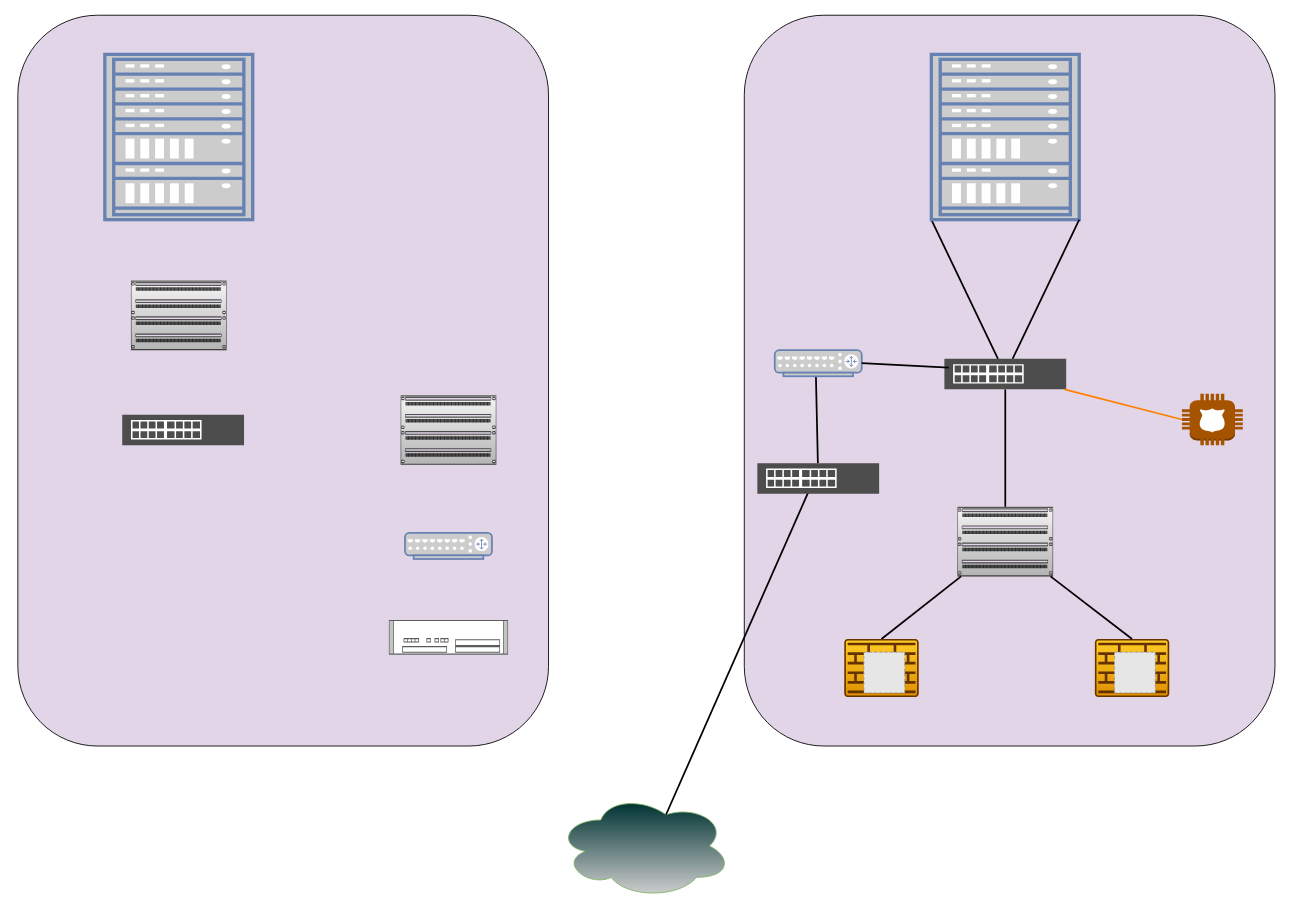
Earlier version of the draw.io diagram Başlıksız Diyagram.drawio (seozdemir/draw.io). Source tidied: cells renumbered, new cells numbered last; positions are measured from the earlier drawing's top-left corner, leaving out a move shared by most shapes. Both pictures are drawn from the tidied source at 87%, with x=0, y=0 at pixel (-83, 54). Pictures stored in the file or linked from it are replaced by grey dashed boxes.
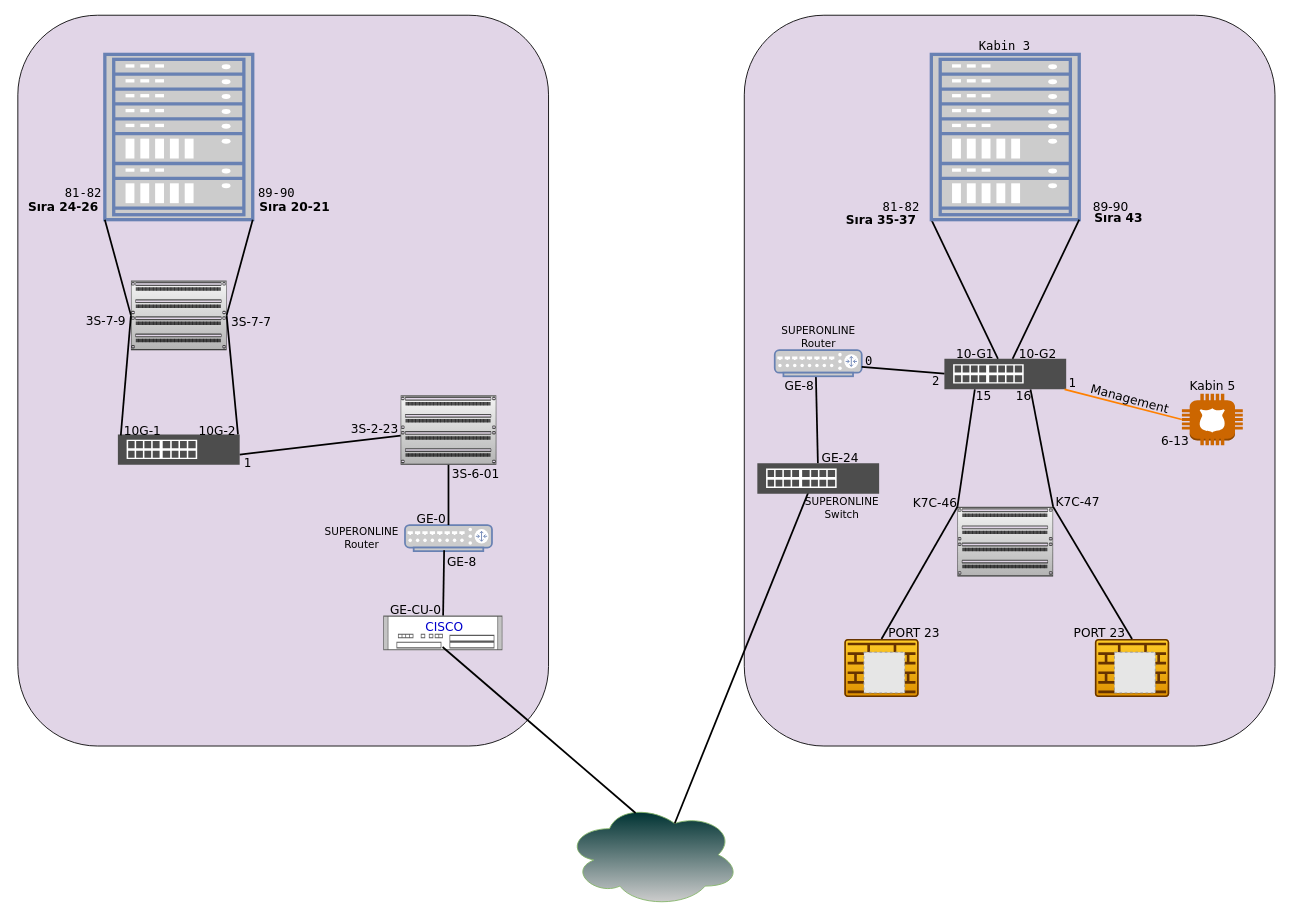
After the change.

Unchanged cells that the change refers to:
```xml
<mxCell id="4" style="strokeColor=#666666;html=1;labelPosition=right;align=left;spacingLeft=15;shadow=0;dashed=0;outlineConnect=0;shape=mxgraph.rack.general.cat5e_rack_mount_patch_panel_96_ports;fillColor=#f5f5f5;gradientColor=#b3b3b3;" parent="1" vertex="1">
  <mxGeometry x="1195" y="520" width="110" height="80" as="geometry" />
</mxCell>
<mxCell id="6" style="sketch=0;points=[[0.015,0.015,0],[0.985,0.015,0],[0.985,0.985,0],[0.015,0.985,0],[0.25,0,0],[0.5,0,0],[0.75,0,0],[1,0.25,0],[1,0.5,0],[1,0.75,0],[0.75,1,0],[0.5,1,0],[0.25,1,0],[0,0.75,0],[0,0.5,0],[0,0.25,0]];verticalLabelPosition=bottom;html=1;verticalAlign=top;align=center;shape=mxgraph.cisco19.rect;prIcon=firewall;fillColor=#ffcd28;strokeColor=#663300;gradientColor=#DE9000;" parent="5" vertex="1">
  <mxGeometry width="85.4" height="66.7" as="geometry" />
</mxCell>
<mxCell id="19" style="sketch=0;points=[[0.015,0.015,0],[0.985,0.015,0],[0.985,0.985,0],[0.015,0.985,0],[0.25,0,0],[0.5,0,0],[0.75,0,0],[1,0.25,0],[1,0.5,0],[1,0.75,0],[0.75,1,0],[0.5,1,0],[0.25,1,0],[0,0.75,0],[0,0.5,0],[0,0.25,0]];verticalLabelPosition=bottom;html=1;verticalAlign=top;align=center;shape=mxgraph.cisco19.rect;prIcon=firewall;fillColor=#ffcd28;strokeColor=#663300;gradientColor=#DE9000;" parent="18" vertex="1">
  <mxGeometry width="85.4" height="66.7" as="geometry" />
</mxCell>
<mxCell id="21" style="sketch=0;shadow=0;dashed=0;html=1;strokeColor=none;fillColor=#4D4D4D;labelPosition=center;verticalLabelPosition=bottom;verticalAlign=top;align=center;outlineConnect=0;shape=mxgraph.veeam2.physical_switch;strokeWidth=0;" parent="1" vertex="1">
  <mxGeometry x="1180" y="350" width="140" height="35" as="geometry" />
</mxCell>
<mxCell id="22" style="fontColor=#0066CC;verticalAlign=top;verticalLabelPosition=bottom;labelPosition=center;align=center;html=1;outlineConnect=0;fillColor=#CCCCCC;strokeColor=#6881B3;gradientColor=none;gradientDirection=north;strokeWidth=2;shape=mxgraph.networks.router;sketch=0;" parent="1" vertex="1">
  <mxGeometry x="985" y="340" width="100" height="30" as="geometry" />
</mxCell>
<mxCell id="26" style="fontColor=#0066CC;verticalAlign=top;verticalLabelPosition=bottom;labelPosition=center;align=center;html=1;outlineConnect=0;fillColor=#CCCCCC;strokeColor=#6881B3;gradientColor=none;gradientDirection=north;strokeWidth=2;shape=mxgraph.networks.rack;sketch=0;" parent="1" vertex="1">
  <mxGeometry x="215" width="170" height="190" as="geometry" />
</mxCell>
<mxCell id="27" style="strokeColor=#666666;html=1;labelPosition=right;align=left;spacingLeft=15;shadow=0;dashed=0;outlineConnect=0;shape=mxgraph.rack.general.cat5e_rack_mount_patch_panel_96_ports;fillColor=#f5f5f5;gradientColor=#b3b3b3;" parent="1" vertex="1">
  <mxGeometry x="245" y="260" width="110" height="80" as="geometry" />
</mxCell>
<mxCell id="28" style="strokeColor=#666666;html=1;labelPosition=right;align=left;spacingLeft=15;shadow=0;dashed=0;outlineConnect=0;shape=mxgraph.rack.general.cat5e_rack_mount_patch_panel_96_ports;fillColor=#f5f5f5;gradientColor=#b3b3b3;" parent="1" vertex="1">
  <mxGeometry x="555" y="391.8" width="110" height="80" as="geometry" />
</mxCell>
```

What changed in the source:
```diff
@@
-    <mxCell id="8" style="endArrow=none;html=1;rounded=0;entryX=0.5;entryY=0;entryDx=0;entryDy=0;entryPerimeter=0;strokeWidth=2;" parent="1" edge="1" source="4" target="19">
-      <mxGeometry relative="1" as="geometry" />
+    <mxCell id="8" style="endArrow=none;html=1;rounded=0;entryX=0.5;entryY=0;entryDx=0;entryDy=0;entryPerimeter=0;strokeWidth=2;" parent="1" edge="1" target="19">
+      <mxGeometry relative="1" as="geometry">
+        <mxPoint x="1195" y="520" as="sourcePoint" />
+      </mxGeometry>
     </mxCell>
-    <mxCell id="9" style="endArrow=none;html=1;rounded=0;entryX=0.5;entryY=0;entryDx=0;entryDy=0;entryPerimeter=0;strokeWidth=2;" parent="1" edge="1" source="4" target="6">
-      <mxGeometry relative="1" as="geometry" />
+    <mxCell id="9" style="endArrow=none;html=1;rounded=0;entryX=0.5;entryY=0;entryDx=0;entryDy=0;entryPerimeter=0;strokeWidth=2;" parent="1" edge="1" target="6">
+      <mxGeometry relative="1" as="geometry">
+        <mxPoint x="1305" y="520" as="sourcePoint" />
+      </mxGeometry>
     </mxCell>
-    <mxCell id="10" style="endArrow=none;html=1;rounded=0;strokeWidth=2;" parent="1" edge="1" source="21" target="4">
-      <mxGeometry relative="1" as="geometry" />
+    <mxCell id="10" style="endArrow=none;html=1;rounded=0;strokeWidth=2;" parent="1" edge="1">
+      <mxGeometry relative="1" as="geometry">
+        <mxPoint x="1279" y="385" as="sourcePoint" />
+        <mxPoint x="1305" y="520" as="targetPoint" />
+      </mxGeometry>
     </mxCell>
-    <mxCell id="11" style="outlineConnect=0;dashed=0;verticalLabelPosition=bottom;verticalAlign=top;align=center;html=1;shape=mxgraph.aws3.police_emergency;fillColor=#A65300;gradientColor=none;sketch=0;strokeColor=#82B366;" parent="1" vertex="1">
+    <mxCell id="11" style="outlineConnect=0;dashed=0;verticalLabelPosition=bottom;verticalAlign=top;align=center;html=1;shape=mxgraph.aws3.police_emergency;fillColor=#CC6600;gradientColor=none;sketch=0;strokeColor=#82B366;" parent="1" vertex="1">
       <mxGeometry x="1453" y="390" width="70" height="59.3" as="geometry" />
     </mxCell>
@@
     <mxCell id="13" style="ellipse;shape=cloud;whiteSpace=wrap;html=1;sketch=0;strokeColor=#82B366;fillColor=#003333;gradientColor=#CCCCCC;" parent="1" vertex="1">
-      <mxGeometry x="735" y="850" width="200" height="120" as="geometry" />
+      <mxGeometry x="745" y="860" width="200" height="120" as="geometry" />
     </mxCell>
@@
-    <mxCell id="25" style="endArrow=none;html=1;rounded=0;strokeWidth=2;entryX=1;entryY=0.5;entryDx=0;entryDy=0;entryPerimeter=0;" parent="1" edge="1" target="22">
+    <mxCell id="25" style="endArrow=none;html=1;rounded=0;strokeWidth=2;" parent="1" edge="1" target="22">
       <mxGeometry relative="1" as="geometry">
-        <mxPoint x="1185" y="360" as="sourcePoint" />
+        <mxPoint x="1180" y="367" as="sourcePoint" />
       </mxGeometry>
     </mxCell>
@@
     <mxCell id="29" style="sketch=0;shadow=0;dashed=0;html=1;strokeColor=none;fillColor=#4D4D4D;labelPosition=center;verticalLabelPosition=bottom;verticalAlign=top;align=center;outlineConnect=0;shape=mxgraph.veeam2.physical_switch;strokeWidth=0;" parent="1" vertex="1">
-      <mxGeometry x="235" y="414.3" width="140" height="35" as="geometry" />
+      <mxGeometry x="230" y="436.8" width="140" height="35" as="geometry" />
     </mxCell>
     <mxCell id="30" style="fontColor=#0066CC;verticalAlign=top;verticalLabelPosition=bottom;labelPosition=center;align=center;html=1;outlineConnect=0;fillColor=#CCCCCC;strokeColor=#6881B3;gradientColor=none;gradientDirection=north;strokeWidth=2;shape=mxgraph.networks.router;sketch=0;" parent="1" vertex="1">
-      <mxGeometry x="560" y="550" width="100" height="30" as="geometry" />
+      <mxGeometry x="560" y="541" width="100" height="30" as="geometry" />
     </mxCell>
     <mxCell id="31" style="shape=mxgraph.rack.cisco.cisco_asr_1002_router;html=1;labelPosition=right;align=left;spacingLeft=15;dashed=0;shadow=0;fillColor=#ffffff;" parent="1" vertex="1">
-      <mxGeometry x="541.5" y="650" width="137" height="40" as="geometry" />
+      <mxGeometry x="535" y="645" width="137" height="40" as="geometry" />
     </mxCell>
+    <mxCell id="32" value="&lt;font face=&quot;Lucida Console&quot; style=&quot;font-size: 14px;&quot;&gt;81-82&lt;/font&gt;" style="text;html=1;align=center;verticalAlign=middle;strokeColor=none;fillColor=none;" parent="1" vertex="1">
+      <mxGeometry x="1095" y="160" width="70" height="30" as="geometry" />
+    </mxCell>
+    <mxCell id="33" value="&lt;font face=&quot;Verdana&quot; style=&quot;font-size: 14px;&quot;&gt;89-90&lt;/font&gt;" style="text;html=1;align=center;verticalAlign=middle;strokeColor=none;fillColor=none;" parent="1" vertex="1">
+      <mxGeometry x="1336" y="160" width="70" height="30" as="geometry" />
+    </mxCell>
+    <mxCell id="34" value="&lt;font face=&quot;Verdana&quot; style=&quot;font-size: 14px;&quot;&gt;GE-8&lt;/font&gt;" style="text;html=1;align=center;verticalAlign=middle;strokeColor=none;fillColor=none;" parent="1" vertex="1">
+      <mxGeometry x="983" y="366" width="60" height="30" as="geometry" />
+    </mxCell>
+    <mxCell id="35" value="&lt;font face=&quot;Lucida Console&quot; style=&quot;font-size: 14px;&quot;&gt;0&lt;/font&gt;" style="text;html=1;align=center;verticalAlign=middle;strokeColor=none;fillColor=none;" parent="1" vertex="1">
+      <mxGeometry x="1078" y="338" width="30" height="30" as="geometry" />
+    </mxCell>
+    <mxCell id="36" value="&lt;font face=&quot;Verdana&quot; style=&quot;font-size: 14px;&quot;&gt;10-G1&lt;/font&gt;" style="text;html=1;align=center;verticalAlign=middle;strokeColor=none;fillColor=none;" parent="1" vertex="1">
+      <mxGeometry x="1180" y="330" width="70" height="30" as="geometry" />
+    </mxCell>
+    <mxCell id="37" value="&lt;font face=&quot;Verdana&quot; style=&quot;font-size: 14px;&quot;&gt;GE-24&lt;/font&gt;" style="text;html=1;align=center;verticalAlign=middle;strokeColor=none;fillColor=none;" parent="1" vertex="1">
+      <mxGeometry x="1025" y="449.3" width="70" height="30" as="geometry" />
+    </mxCell>
+    <mxCell id="38" value="&lt;font face=&quot;Verdana&quot; style=&quot;font-size: 14px;&quot;&gt;K7C-47&lt;/font&gt;" style="text;html=1;align=center;verticalAlign=middle;strokeColor=none;fillColor=none;" parent="1" vertex="1">
+      <mxGeometry x="1293" y="500" width="80" height="30" as="geometry" />
+    </mxCell>
+    <mxCell id="39" value="&lt;font face=&quot;Verdana&quot; style=&quot;font-size: 14px;&quot;&gt;15&lt;/font&gt;" style="text;html=1;align=center;verticalAlign=middle;strokeColor=none;fillColor=none;" parent="1" vertex="1">
+      <mxGeometry x="1205" y="378" width="40" height="30" as="geometry" />
+    </mxCell>
+    <mxCell id="40" value="&lt;font face=&quot;Lucida Console&quot;&gt;&lt;span style=&quot;font-size: 14px;&quot;&gt;1&lt;/span&gt;&lt;/font&gt;" style="text;html=1;align=center;verticalAlign=middle;strokeColor=none;fillColor=none;" parent="1" vertex="1">
+      <mxGeometry x="1312" y="363" width="30" height="30" as="geometry" />
+    </mxCell>
+    <mxCell id="41" value="&lt;font face=&quot;Verdana&quot; style=&quot;font-size: 14px;&quot;&gt;6-13&lt;/font&gt;" style="text;html=1;align=center;verticalAlign=middle;strokeColor=none;fillColor=none;" parent="1" vertex="1">
+      <mxGeometry x="1415" y="430" width="60" height="30" as="geometry" />
+    </mxCell>
+    <mxCell id="42" value="&lt;font face=&quot;Verdana&quot; style=&quot;font-size: 14px;&quot;&gt;PORT 23&lt;/font&gt;" style="text;html=1;align=center;verticalAlign=middle;strokeColor=none;fillColor=none;" parent="1" vertex="1">
+      <mxGeometry x="1105" y="650" width="80" height="30" as="geometry" />
+    </mxCell>
+    <mxCell id="43" value="&lt;font face=&quot;Verdana&quot; style=&quot;font-size: 14px;&quot;&gt;PORT 23&lt;/font&gt;" style="text;html=1;align=center;verticalAlign=middle;strokeColor=none;fillColor=none;" parent="1" vertex="1">
+      <mxGeometry x="1318" y="650" width="80" height="30" as="geometry" />
+    </mxCell>
+    <mxCell id="44" value="&lt;font face=&quot;Verdana&quot; style=&quot;font-size: 14px;&quot;&gt;&lt;b style=&quot;&quot;&gt;Sıra 35-37&lt;/b&gt;&lt;/font&gt;" style="text;html=1;align=center;verticalAlign=middle;strokeColor=none;fillColor=none;" parent="1" vertex="1">
+      <mxGeometry x="1052" y="175" width="110" height="30" as="geometry" />
+    </mxCell>
+    <mxCell id="45" value="&lt;font face=&quot;Verdana&quot; style=&quot;font-size: 14px;&quot;&gt;&lt;b style=&quot;&quot;&gt;Sıra 43&lt;/b&gt;&lt;/font&gt;" style="text;html=1;align=center;verticalAlign=middle;strokeColor=none;fillColor=none;" parent="1" vertex="1">
+      <mxGeometry x="1340" y="173" width="80" height="30" as="geometry" />
+    </mxCell>
+    <mxCell id="46" value="&lt;font face=&quot;Verdana&quot; style=&quot;font-size: 14px;&quot;&gt;10-G2&lt;/font&gt;" style="text;html=1;align=center;verticalAlign=middle;strokeColor=none;fillColor=none;" parent="1" vertex="1">
+      <mxGeometry x="1252" y="329.8" width="70" height="30" as="geometry" />
+    </mxCell>
+    <mxCell id="47" value="&lt;font face=&quot;Verdana&quot; style=&quot;font-size: 14px;&quot;&gt;Kabin 5&lt;/font&gt;" style="text;html=1;align=center;verticalAlign=middle;strokeColor=none;fillColor=none;" parent="1" vertex="1">
+      <mxGeometry x="1448" y="366" width="80" height="30" as="geometry" />
+    </mxCell>
+    <mxCell id="48" value="&lt;font face=&quot;Lucida Console&quot; style=&quot;font-size: 14px;&quot;&gt;Kabin 3&lt;/font&gt;" style="text;html=1;align=center;verticalAlign=middle;strokeColor=none;fillColor=none;" parent="1" vertex="1">
+      <mxGeometry x="1209" y="-24" width="80" height="30" as="geometry" />
+    </mxCell>
+    <mxCell id="49" value="&lt;font face=&quot;Verdana&quot; style=&quot;font-size: 14px;&quot;&gt;Management&lt;/font&gt;" style="text;html=1;align=center;verticalAlign=middle;strokeColor=none;fillColor=none;rotation=15;" parent="1" vertex="1">
+      <mxGeometry x="1338" y="381" width="110" height="30" as="geometry" />
+    </mxCell>
+    <mxCell id="50" style="endArrow=none;html=1;rounded=0;strokeWidth=2;" parent="1" edge="1">
+      <mxGeometry relative="1" as="geometry">
+        <mxPoint x="1215" y="385" as="sourcePoint" />
+        <mxPoint x="1195" y="520" as="targetPoint" />
+      </mxGeometry>
+    </mxCell>
+    <mxCell id="51" value="&lt;font face=&quot;Verdana&quot; style=&quot;font-size: 14px;&quot;&gt;16&lt;/font&gt;" style="text;html=1;align=center;verticalAlign=middle;strokeColor=none;fillColor=none;" parent="1" vertex="1">
+      <mxGeometry x="1251" y="378" width="40" height="30" as="geometry" />
+    </mxCell>
+    <mxCell id="52" value="&lt;font face=&quot;Verdana&quot; style=&quot;font-size: 14px;&quot;&gt;K7C-46&lt;/font&gt;" style="text;html=1;align=center;verticalAlign=middle;strokeColor=none;fillColor=none;" parent="1" vertex="1">
+      <mxGeometry x="1129" y="501" width="80" height="30" as="geometry" />
+    </mxCell>
+    <mxCell id="53" value="&lt;font face=&quot;Lucida Console&quot; style=&quot;font-size: 14px;&quot;&gt;2&lt;br&gt;&lt;/font&gt;" style="text;html=1;align=center;verticalAlign=middle;strokeColor=none;fillColor=none;" parent="1" vertex="1">
+      <mxGeometry x="1155" y="360" width="30" height="30" as="geometry" />
+    </mxCell>
+    <mxCell id="54" value="&lt;font face=&quot;Verdana&quot; style=&quot;font-size: 12px;&quot;&gt;SUPERONLINE&lt;br&gt;Router&lt;/font&gt;" style="text;html=1;align=center;verticalAlign=middle;strokeColor=none;fillColor=none;" parent="1" vertex="1">
+      <mxGeometry x="980" y="305" width="110" height="40" as="geometry" />
+    </mxCell>
+    <mxCell id="55" value="&lt;font face=&quot;Verdana&quot; style=&quot;font-size: 12px;&quot;&gt;SUPERONLINE&lt;br&gt;Switch&lt;/font&gt;" style="text;html=1;align=center;verticalAlign=middle;strokeColor=none;fillColor=none;" parent="1" vertex="1">
+      <mxGeometry x="1007" y="501" width="110" height="40" as="geometry" />
+    </mxCell>
+    <mxCell id="56" style="endArrow=none;html=1;rounded=0;strokeWidth=2;entryX=0;entryY=1;entryDx=0;entryDy=0;entryPerimeter=0;exitX=0;exitY=0.5;exitDx=0;exitDy=0;exitPerimeter=0;" parent="1" edge="1" source="27" target="26">
+      <mxGeometry relative="1" as="geometry" />
+    </mxCell>
+    <mxCell id="57" style="endArrow=none;html=1;rounded=0;strokeWidth=2;exitX=1;exitY=0.5;exitDx=0;exitDy=0;exitPerimeter=0;" parent="1" edge="1" source="27">
+      <mxGeometry relative="1" as="geometry">
+        <mxPoint x="385" y="190" as="targetPoint" />
+      </mxGeometry>
+    </mxCell>
+    <mxCell id="58" value="&lt;font face=&quot;Lucida Console&quot; style=&quot;font-size: 14px;&quot;&gt;81-82&lt;/font&gt;" style="text;html=1;align=center;verticalAlign=middle;strokeColor=none;fillColor=none;" parent="1" vertex="1">
+      <mxGeometry x="155" y="145" width="70" height="30" as="geometry" />
+    </mxCell>
+    <mxCell id="59" value="&lt;font face=&quot;Verdana&quot; style=&quot;font-size: 14px;&quot;&gt;&lt;b style=&quot;&quot;&gt;Sıra 24-26&lt;/b&gt;&lt;/font&gt;" style="text;html=1;align=center;verticalAlign=middle;strokeColor=none;fillColor=none;" parent="1" vertex="1">
+      <mxGeometry x="112" y="160" width="110" height="30" as="geometry" />
+    </mxCell>
+    <mxCell id="60" value="&lt;font face=&quot;Lucida Console&quot; style=&quot;font-size: 14px;&quot;&gt;89-90&lt;/font&gt;" style="text;html=1;align=center;verticalAlign=middle;strokeColor=none;fillColor=none;" parent="1" vertex="1">
+      <mxGeometry x="377" y="145" width="70" height="30" as="geometry" />
+    </mxCell>
+    <mxCell id="61" value="&lt;font face=&quot;Verdana&quot; style=&quot;font-size: 14px;&quot;&gt;&lt;b style=&quot;&quot;&gt;Sıra 20-21&lt;/b&gt;&lt;/font&gt;" style="text;html=1;align=center;verticalAlign=middle;strokeColor=none;fillColor=none;" parent="1" vertex="1">
+      <mxGeometry x="378" y="160" width="110" height="30" as="geometry" />
+    </mxCell>
+    <mxCell id="62" style="endArrow=none;html=1;rounded=0;strokeWidth=2;exitX=0.024;exitY=0.033;exitDx=0;exitDy=0;exitPerimeter=0;" parent="1" edge="1" source="29">
+      <mxGeometry relative="1" as="geometry">
+        <mxPoint x="245" y="300" as="targetPoint" />
+      </mxGeometry>
+    </mxCell>
+    <mxCell id="63" style="endArrow=none;html=1;rounded=0;strokeWidth=2;exitX=0.986;exitY=0;exitDx=0;exitDy=0;exitPerimeter=0;" parent="1" edge="1" source="29">
+      <mxGeometry x="0.12" y="-22" relative="1" as="geometry">
+        <mxPoint x="355" y="300" as="targetPoint" />
+      </mxGeometry>
+    </mxCell>
+    <mxCell id="64" value="&lt;font face=&quot;Verdana&quot; style=&quot;font-size: 14px;&quot;&gt;3S-7-9&lt;/font&gt;" style="text;html=1;align=center;verticalAlign=middle;strokeColor=none;fillColor=none;" parent="1" vertex="1">
+      <mxGeometry x="181" y="292" width="70" height="30" as="geometry" />
+    </mxCell>
+    <mxCell id="65" value="&lt;font face=&quot;Verdana&quot; style=&quot;font-size: 14px;&quot;&gt;3S-7-7&lt;/font&gt;" style="text;html=1;align=center;verticalAlign=middle;strokeColor=none;fillColor=none;" parent="1" vertex="1">
+      <mxGeometry x="348" y="293" width="70" height="30" as="geometry" />
+    </mxCell>
+    <mxCell id="66" value="&lt;font face=&quot;Verdana&quot; style=&quot;font-size: 14px;&quot;&gt;10G-1&lt;/font&gt;" style="text;html=1;align=center;verticalAlign=middle;strokeColor=none;fillColor=none;" parent="1" vertex="1">
+      <mxGeometry x="223" y="417.8" width="70" height="30" as="geometry" />
+    </mxCell>
+    <mxCell id="67" value="&lt;font face=&quot;Verdana&quot; style=&quot;font-size: 14px;&quot;&gt;10G-2&lt;/font&gt;" style="text;html=1;align=center;verticalAlign=middle;strokeColor=none;fillColor=none;" parent="1" vertex="1">
+      <mxGeometry x="309" y="418.3" width="70" height="30" as="geometry" />
+    </mxCell>
+    <mxCell id="68" style="endArrow=none;html=1;rounded=0;strokeWidth=2;" parent="1" edge="1" target="28">
+      <mxGeometry x="0.12" y="-22" relative="1" as="geometry">
+        <mxPoint x="370" y="460" as="sourcePoint" />
+      </mxGeometry>
+    </mxCell>
+    <mxCell id="69" value="&lt;font face=&quot;Lucida Console&quot; style=&quot;font-size: 14px;&quot;&gt;1&lt;/font&gt;" style="text;html=1;align=center;verticalAlign=middle;strokeColor=none;fillColor=none;" parent="1" vertex="1">
+      <mxGeometry x="364" y="455" width="30" height="30" as="geometry" />
+    </mxCell>
+    <mxCell id="70" value="&lt;font face=&quot;Verdana&quot; style=&quot;font-size: 14px;&quot;&gt;3S-2-23&lt;/font&gt;" style="text;html=1;align=center;verticalAlign=middle;strokeColor=none;fillColor=none;rotation=0;" parent="1" vertex="1">
+      <mxGeometry x="485" y="416" width="80" height="30" as="geometry" />
+    </mxCell>
+    <mxCell id="71" value="&lt;font face=&quot;Verdana&quot; style=&quot;font-size: 14px;&quot;&gt;3S-6-01&lt;/font&gt;" style="text;html=1;align=center;verticalAlign=middle;strokeColor=none;fillColor=none;" parent="1" vertex="1">
+      <mxGeometry x="601" y="467" width="80" height="30" as="geometry" />
+    </mxCell>
+    <mxCell id="72" style="endArrow=none;html=1;rounded=0;strokeWidth=2;exitX=0.5;exitY=0;exitDx=0;exitDy=0;exitPerimeter=0;" parent="1" edge="1" source="30" target="28">
+      <mxGeometry x="0.12" y="-22" relative="1" as="geometry" />
+    </mxCell>
+    <mxCell id="73" value="&lt;font face=&quot;Verdana&quot; style=&quot;font-size: 14px;&quot;&gt;GE-0&lt;/font&gt;" style="text;html=1;align=center;verticalAlign=middle;strokeColor=none;fillColor=none;" parent="1" vertex="1">
+      <mxGeometry x="560" y="519" width="60" height="30" as="geometry" />
+    </mxCell>
+    <mxCell id="74" style="endArrow=none;html=1;rounded=0;strokeWidth=2;exitX=0.45;exitY=0.967;exitDx=0;exitDy=0;exitPerimeter=0;" parent="1" edge="1" source="30" target="31">
+      <mxGeometry x="0.12" y="-22" relative="1" as="geometry" />
+    </mxCell>
+    <mxCell id="75" value="&lt;font face=&quot;Verdana&quot; style=&quot;font-size: 14px;&quot;&gt;GE-8&lt;/font&gt;" style="text;html=1;align=center;verticalAlign=middle;strokeColor=none;fillColor=none;" parent="1" vertex="1">
+      <mxGeometry x="595" y="568" width="60" height="30" as="geometry" />
+    </mxCell>
+    <mxCell id="76" value="&lt;font face=&quot;Verdana&quot; style=&quot;font-size: 14px;&quot;&gt;GE-CU-0&lt;/font&gt;" style="text;html=1;align=center;verticalAlign=middle;strokeColor=none;fillColor=none;" parent="1" vertex="1">
+      <mxGeometry x="532" y="624" width="80" height="30" as="geometry" />
+    </mxCell>
+    <mxCell id="77" style="endArrow=none;html=1;rounded=0;strokeWidth=2;exitX=0.498;exitY=0.904;exitDx=0;exitDy=0;exitPerimeter=0;entryX=0.4;entryY=0.1;entryDx=0;entryDy=0;entryPerimeter=0;" parent="1" edge="1" source="31" target="13">
+      <mxGeometry x="0.12" y="-22" relative="1" as="geometry" />
+    </mxCell>
+    <mxCell id="78" value="&lt;font face=&quot;Verdana&quot; style=&quot;font-size: 12px;&quot;&gt;SUPERONLINE&lt;br&gt;Router&lt;/font&gt;" style="text;html=1;align=center;verticalAlign=middle;strokeColor=none;fillColor=none;" parent="1" vertex="1">
+      <mxGeometry x="455" y="536" width="110" height="40" as="geometry" />
+    </mxCell>
+    <mxCell id="79" value="&lt;font face=&quot;Verdana&quot; color=&quot;#0000cc&quot; style=&quot;font-size: 14px;&quot;&gt;CISCO&lt;/font&gt;" style="text;html=1;align=center;verticalAlign=middle;strokeColor=none;fillColor=none;" parent="1" vertex="1">
+      <mxGeometry x="570" y="643" width="70" height="30" as="geometry" />
+    </mxCell>
```
